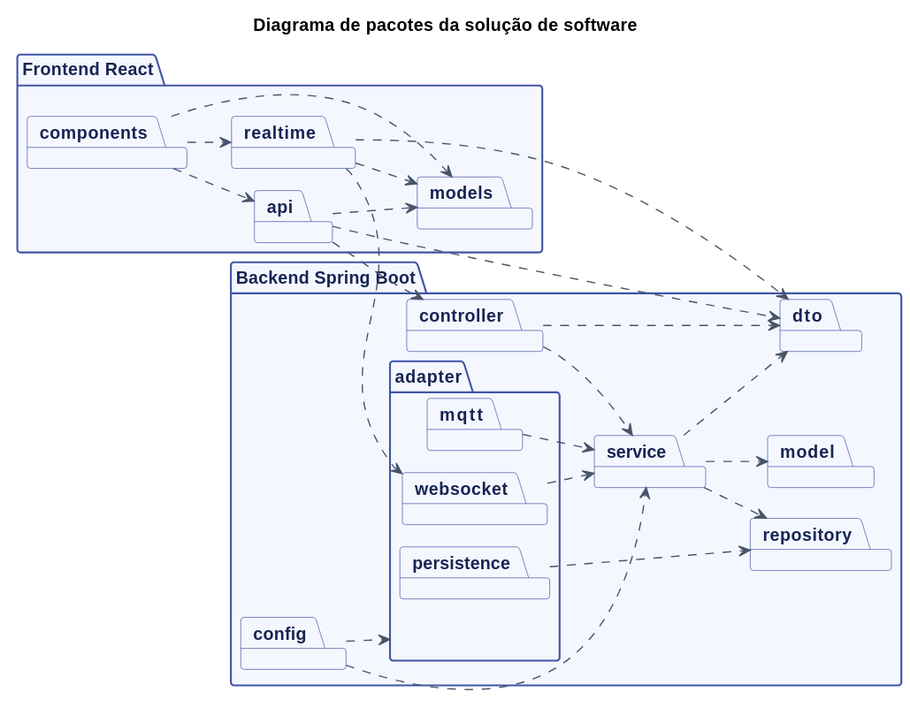
The PlantUML diagram docs/figs/diagrama_pacotes_software.svg in fcte-pi1/2026_2_PI1_Grupo02_Bruno, before a commit. Its source is kept beside it as docs/figs/plantuml/diagrama_pacotes_software.puml.
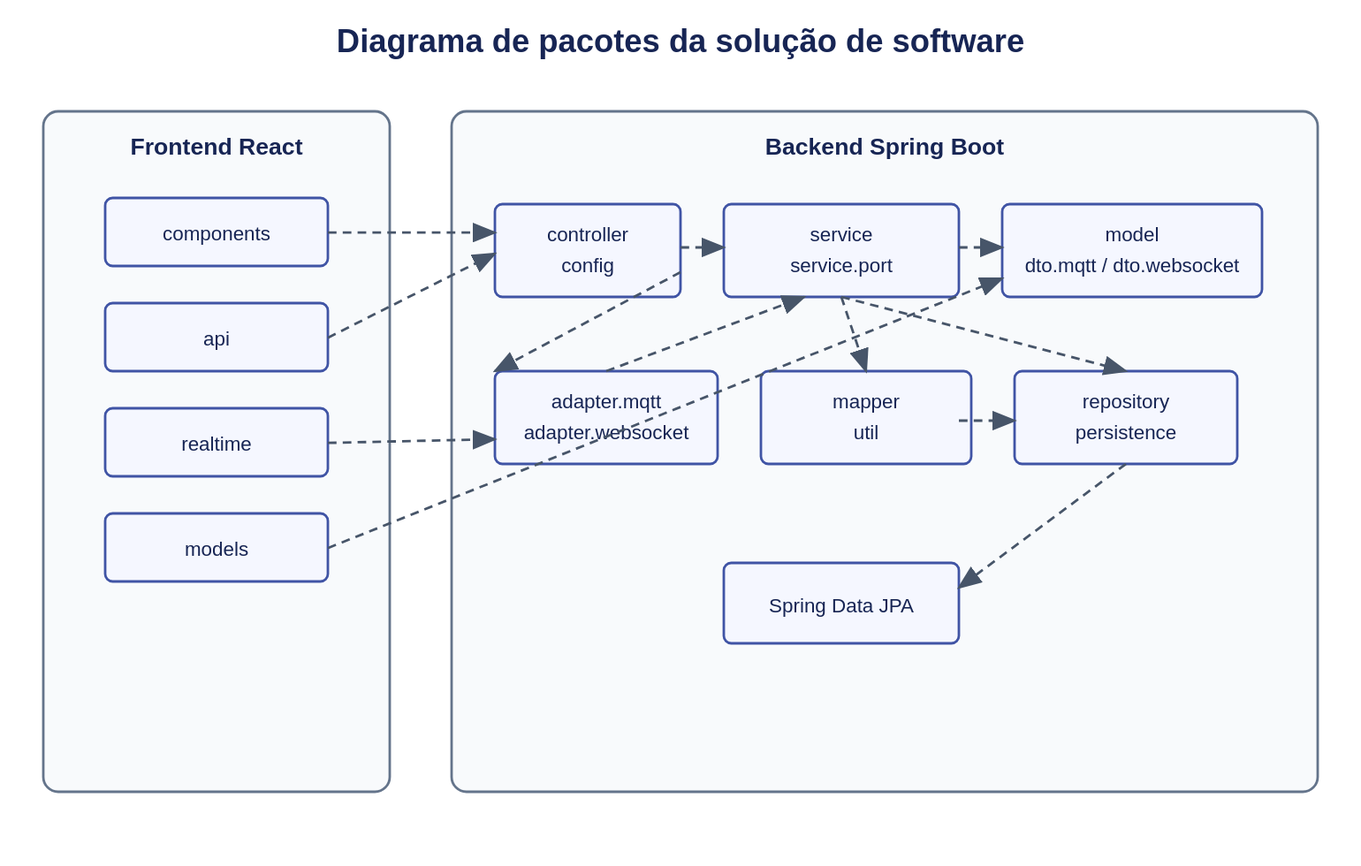
After the commit.

What changed in the source:
```diff
@@ -24,10 +24,17 @@
 package "Backend Spring Boot" as backend {
   package "config" as config
   package "controller" as controller
-  package "dto" as dto
-  package "service" as service
+  package "dto" as dto {
+    package "mqtt" as mqttdto
+    package "websocket" as wsdto
+  }
+  package "service" as service {
+    package "port" as port
+  }
   package "model" as model
   package "repository" as repository
+  package "mapper" as mapper
+  package "util" as util
   package "adapter" as adapter {
     package "mqtt" as mqtt
     package "websocket" as websocket
@@ -38,23 +45,20 @@
 components ..> api
 components ..> realtime
 components ..> models
-api ..> models
-realtime ..> models
-
 api ..> controller
 api ..> dto
-realtime ..> websocket
-realtime ..> dto
-
+realtime ..> wsdto
 controller ..> service
 controller ..> dto
 service ..> model
 service ..> dto
 service ..> repository
- mqtt ..> service
-websocket ..> service
- persistence ..> repository
+service ..> port
+service ..> mapper
+service ..> util
+mqtt ..> service
+websocket ..> port
+persistence ..> repository
 config ..> adapter
-config ..> service
 
 @enduml
```
